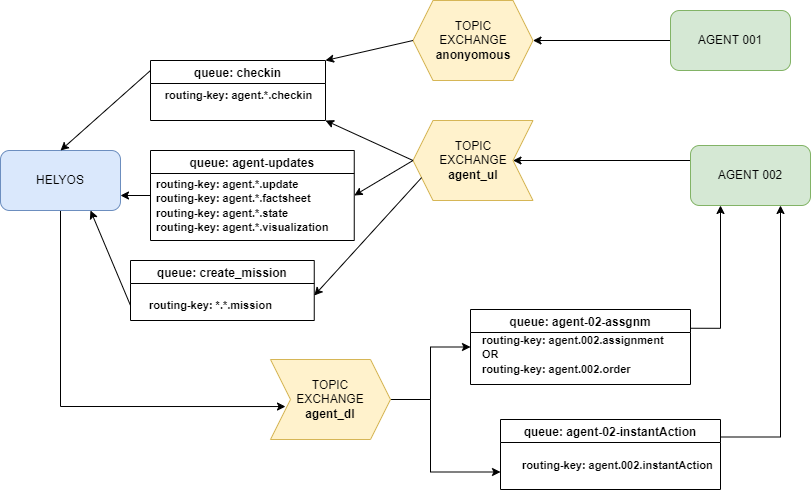
FraunhoferIVI/helyos-documentation keeps this draw.io diagram as docs/source/5-communication-between-helyos-and-agents/img/helyOS_rabbitMQ.png. Above is the earlier version. Source tidied: cells renumbered, new cells last; positions are measured from the earlier drawing's top-left corner, leaving out a move shared by most shapes.
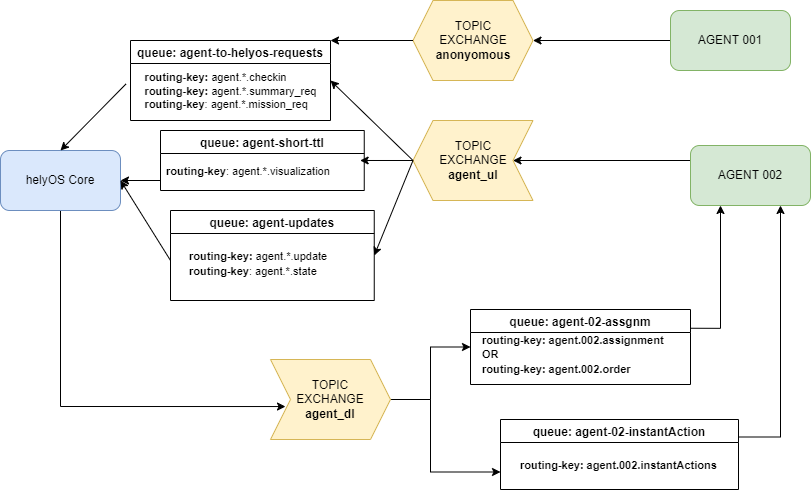
The same diagram one commit later.

Change to the diagram source:
```diff
@@ -9,7 +9,7 @@
         </Array>
       </mxGeometry>
     </mxCell>
-    <mxCell id="3" value="HELYOS" style="rounded=1;whiteSpace=wrap;html=1;fillColor=#dae8fc;strokeColor=#6c8ebf;" parent="1" vertex="1">
+    <mxCell id="3" value="helyOS Core" style="rounded=1;whiteSpace=wrap;html=1;fillColor=#dae8fc;strokeColor=#6c8ebf;" parent="1" vertex="1">
       <mxGeometry y="150" width="120" height="60" as="geometry" />
     </mxCell>
     <mxCell id="4" style="edgeStyle=orthogonalEdgeStyle;rounded=0;jettySize=auto;html=1;entryX=1;entryY=0.5;entryDx=0;entryDy=0;fontSize=11;" parent="1" edge="1" source="5" target="12">
@@ -44,32 +44,30 @@
     <mxCell id="12" value="TOPIC&lt;br&gt;EXCHANGE&lt;br&gt;&lt;b&gt;anonyomous&lt;/b&gt;" style="shape=hexagon;perimeter=hexagonPerimeter2;whiteSpace=wrap;html=1;fixedSize=1;fillColor=#fff2cc;strokeColor=#d6b656;" parent="1" vertex="1">
       <mxGeometry x="412.5" width="120" height="80" as="geometry" />
     </mxCell>
-    <mxCell id="13" value="queue: checkin" style="swimlane;" parent="1" vertex="1">
-      <mxGeometry x="150" y="60" width="175" height="60" as="geometry" />
+    <mxCell id="13" value="queue: agent-to-helyos-requests" style="swimlane;" parent="1" vertex="1">
+      <mxGeometry x="130" y="40" width="200" height="80" as="geometry" />
     </mxCell>
-    <mxCell id="14" value="&lt;span style=&quot;font-size: 11px; font-weight: 700;&quot;&gt;routing-key: agent.*.checkin&lt;/span&gt;" style="text;html=1;align=center;verticalAlign=middle;points=[];strokeColor=none;fillColor=none;" parent="13" vertex="1">
-      <mxGeometry x="2.5" y="20" width="170" height="30" as="geometry" />
+    <mxCell id="14" value="&lt;div style=&quot;text-align: left;&quot;&gt;&lt;b style=&quot;background-color: initial; font-size: 11px;&quot;&gt;routing-key:&lt;/b&gt;&lt;font style=&quot;background-color: initial; font-size: 11px;&quot;&gt; agent.*.checkin&lt;/font&gt;&lt;/div&gt;&lt;font style=&quot;font-size: 11px;&quot;&gt;&lt;div style=&quot;text-align: left;&quot;&gt;&lt;span style=&quot;background-color: initial; font-weight: 700;&quot;&gt;routing-key: &lt;/span&gt;&lt;span style=&quot;background-color: initial;&quot;&gt;agent.*.summary_req&lt;/span&gt;&lt;/div&gt;&lt;/font&gt;&lt;b style=&quot;font-size: 11px;&quot;&gt;&lt;div style=&quot;text-align: left;&quot;&gt;&lt;b style=&quot;background-color: initial;&quot;&gt;routing-key&lt;/b&gt;&lt;font style=&quot;background-color: initial; font-weight: normal;&quot;&gt;:&amp;nbsp;agent.*.mission_req&lt;/font&gt;&lt;/div&gt;&lt;/b&gt;" style="text;html=1;align=center;verticalAlign=middle;points=[];strokeColor=none;fillColor=none;" parent="13" vertex="1">
+      <mxGeometry y="25" width="200" height="50" as="geometry" />
     </mxCell>
     <mxCell id="15" style="endArrow=classic;html=1;rounded=0;fontSize=11;entryX=1;entryY=0;entryDx=0;entryDy=0;exitX=0;exitY=0.5;exitDx=0;exitDy=0;" parent="1" edge="1" source="12" target="13">
       <mxGeometry relative="1" as="geometry" />
     </mxCell>
-    <mxCell id="16" style="endArrow=classic;html=1;rounded=0;fontSize=11;entryX=1;entryY=1;entryDx=0;entryDy=0;exitX=1;exitY=0.5;exitDx=0;exitDy=0;" parent="1" edge="1" source="11" target="13">
+    <mxCell id="16" style="endArrow=classic;html=1;rounded=0;fontSize=11;entryX=1.031;entryY=0.133;entryDx=0;entryDy=0;exitX=1;exitY=0.5;exitDx=0;exitDy=0;entryPerimeter=0;" parent="1" edge="1" source="11" target="33">
       <mxGeometry relative="1" as="geometry" />
     </mxCell>
-    <mxCell id="17" style="endArrow=classic;html=1;rounded=0;fontSize=11;entryX=0.5;entryY=0;entryDx=0;entryDy=0;" parent="1" edge="1" target="3">
-      <mxGeometry relative="1" as="geometry">
-        <mxPoint x="150" y="70" as="sourcePoint" />
-      </mxGeometry>
+    <mxCell id="17" style="endArrow=classic;html=1;rounded=0;fontSize=11;entryX=0.5;entryY=0;entryDx=0;entryDy=0;exitX=-0.022;exitY=0.367;exitDx=0;exitDy=0;exitPerimeter=0;" parent="1" edge="1" source="14" target="3">
+      <mxGeometry relative="1" as="geometry" />
     </mxCell>
     <mxCell id="18" value="queue: agent-updates" style="swimlane;" parent="1" vertex="1">
-      <mxGeometry x="150" y="150" width="203.8" height="90" as="geometry" />
+      <mxGeometry x="170" y="210" width="203.8" height="90" as="geometry" />
     </mxCell>
-    <mxCell id="19" value="&lt;span style=&quot;font-size: 11px; font-weight: 700;&quot;&gt;routing-key: agent.*.update&lt;br&gt;&lt;/span&gt;&lt;span style=&quot;font-size: 11px; font-weight: 700;&quot;&gt;routing-key: agent.*.factsheet&lt;br&gt;&lt;/span&gt;&lt;span style=&quot;font-size: 11px; font-weight: 700;&quot;&gt;routing-key: agent.*.state&lt;br&gt;routing-key: agent.*.visualization&lt;br&gt;&lt;/span&gt;" style="text;html=1;align=left;verticalAlign=middle;strokeColor=none;fillColor=none;" parent="18" vertex="1">
-      <mxGeometry x="3.8" y="20" width="200" height="70" as="geometry" />
+    <mxCell id="19" value="&lt;font style=&quot;font-size: 11px;&quot;&gt;&lt;span style=&quot;font-weight: 700;&quot;&gt;routing-key:&lt;/span&gt; agent.*.update&lt;span style=&quot;font-weight: 700;&quot;&gt;&lt;br&gt;&lt;/span&gt;&lt;b&gt;routing-key&lt;/b&gt;: agent.*.state&lt;/font&gt;&lt;span style=&quot;font-size: 11px; font-weight: 700;&quot;&gt;&lt;br&gt;&lt;/span&gt;" style="text;html=1;align=left;verticalAlign=middle;strokeColor=none;fillColor=none;" parent="18" vertex="1">
+      <mxGeometry x="16.8" y="33" width="160" height="40" as="geometry" />
     </mxCell>
-    <mxCell id="20" style="endArrow=classic;html=1;rounded=0;fontSize=11;entryX=1;entryY=0.75;entryDx=0;entryDy=0;" parent="18" edge="1" target="3">
+    <mxCell id="20" style="endArrow=classic;html=1;rounded=0;fontSize=11;entryX=1;entryY=0.5;entryDx=0;entryDy=0;" parent="18" edge="1" target="3">
       <mxGeometry relative="1" as="geometry">
-        <mxPoint y="45" as="sourcePoint" />
+        <mxPoint y="50" as="sourcePoint" />
       </mxGeometry>
     </mxCell>
     <mxCell id="21" style="endArrow=classic;html=1;rounded=0;fontSize=11;exitX=1;exitY=0.5;exitDx=0;exitDy=0;entryX=1;entryY=0.5;entryDx=0;entryDy=0;" parent="1" edge="1" source="11" target="18">
@@ -88,26 +86,24 @@
       <mxGeometry relative="1" as="geometry" />
     </mxCell>
     <mxCell id="26" value="queue: agent-02-instantAction" style="swimlane;" parent="1" vertex="1">
-      <mxGeometry x="500" y="419" width="220" height="70" as="geometry" />
+      <mxGeometry x="500" y="419" width="238" height="70" as="geometry" />
     </mxCell>
-    <mxCell id="27" value="&lt;span style=&quot;font-size: 11px; font-weight: 700;&quot;&gt;routing-key: agent.002.instantAction&lt;/span&gt;" style="text;html=1;align=left;verticalAlign=middle;strokeColor=none;fillColor=none;" parent="26" vertex="1">
-      <mxGeometry x="20" y="31" width="210" height="30" as="geometry" />
+    <mxCell id="27" value="&lt;span style=&quot;font-size: 11px; font-weight: 700;&quot;&gt;routing-key: agent.002.instantActions&lt;/span&gt;" style="text;html=1;align=left;verticalAlign=middle;strokeColor=none;fillColor=none;" parent="26" vertex="1">
+      <mxGeometry x="18" y="31" width="220" height="30" as="geometry" />
     </mxCell>
-    <mxCell id="28" value="queue: create_mission" style="swimlane;" parent="1" vertex="1">
-      <mxGeometry x="130" y="260" width="183.8" height="60" as="geometry" />
-    </mxCell>
-    <mxCell id="29" value="&lt;span style=&quot;font-size: 11px; font-weight: 700;&quot;&gt;routing-key: *.*.mission&lt;br&gt;&lt;/span&gt;" style="text;html=1;align=left;verticalAlign=middle;strokeColor=none;fillColor=none;" parent="28" vertex="1">
-      <mxGeometry x="16.9" y="30" width="150" height="30" as="geometry" />
-    </mxCell>
-    <mxCell id="30" style="endArrow=classic;html=1;rounded=0;fontSize=11;entryX=0.75;entryY=1;entryDx=0;entryDy=0;" parent="28" edge="1" target="3">
-      <mxGeometry relative="1" as="geometry">
-        <mxPoint y="45" as="sourcePoint" />
-      </mxGeometry>
-    </mxCell>
-    <mxCell id="31" style="endArrow=classic;html=1;rounded=0;fontSize=11;exitX=1;exitY=0.25;exitDx=0;exitDy=0;entryX=1;entryY=0.5;entryDx=0;entryDy=0;" parent="1" edge="1" source="11">
-      <mxGeometry relative="1" as="geometry">
-        <mxPoint x="313.8" y="295" as="targetPoint" />
-      </mxGeometry>
-    </mxCell>
+    <mxCell id="32" value="queue: agent-short-ttl" style="swimlane;" parent="1" vertex="1">
+      <mxGeometry x="160" y="130" width="203.8" height="60" as="geometry" />
+    </mxCell>
+    <mxCell id="33" value="&lt;font style=&quot;font-size: 11px;&quot;&gt;&lt;b&gt;routing-key&lt;/b&gt;: agent.*.visualization&lt;/font&gt;&lt;span style=&quot;font-size: 11px; font-weight: 700;&quot;&gt;&lt;br&gt;&lt;/span&gt;" style="text;html=1;align=left;verticalAlign=middle;points=[];strokeColor=none;fillColor=none;" parent="32" vertex="1">
+      <mxGeometry x="3.8" y="26" width="190" height="30" as="geometry" />
+    </mxCell>
+    <mxCell id="34" style="endArrow=classic;html=1;rounded=0;fontSize=11;entryX=1;entryY=0.5;entryDx=0;entryDy=0;" parent="32" edge="1" target="3">
+      <mxGeometry relative="1" as="geometry">
+        <mxPoint y="50" as="sourcePoint" />
+      </mxGeometry>
+    </mxCell>
+    <mxCell id="35" style="endArrow=classic;html=1;rounded=0;entryX=1;entryY=0.5;entryDx=0;entryDy=0;exitX=1;exitY=0.5;exitDx=0;exitDy=0;" parent="1" edge="1" source="11" target="13">
+      <mxGeometry relative="1" as="geometry" />
+    </mxCell>
   </root>
 </mxGraphModel>
```
